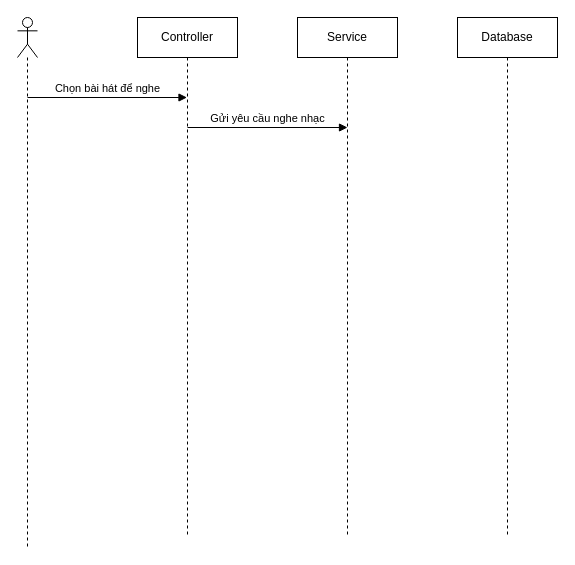
This is nghenhactructuyen.drawio from letham1612/test.ithub, a draw.io file, before an edit. Source tidied: cells renumbered, new cells numbered last; positions are measured from the earlier drawing's top-left corner, leaving out a move shared by most shapes. Both pictures are drawn from the tidied source at 100%, with x=0, y=0 at pixel (17, 17).
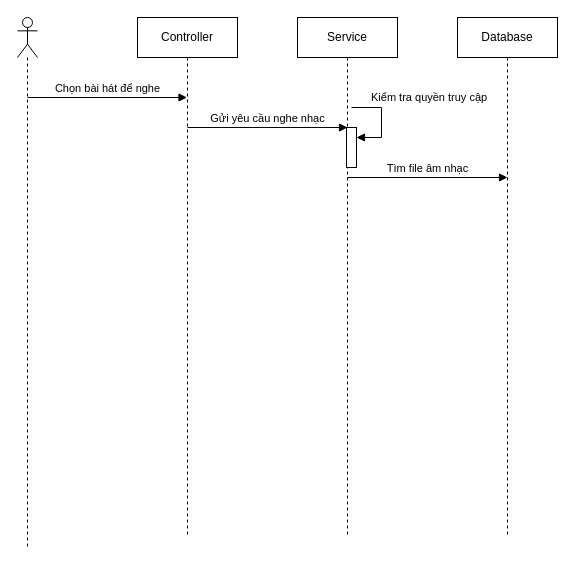
The same diagram, later.

Commit message (it also covers changes not shown here):
Cập nhật nghenhactructuyen.drawio

Diff of the diagram source:
```diff
@@
 <mxGraphModel>
   <root>
     <mxCell id="0" />
     <mxCell id="1" parent="0" />
     <mxCell id="2" style="shape=umlLifeline;perimeter=lifelinePerimeter;whiteSpace=wrap;html=1;newEdgeStyle={&quot;curved&quot;:0,&quot;rounded&quot;:0};participant=umlActor;" parent="1" vertex="1">
       <mxGeometry width="20" height="530" as="geometry" />
     </mxCell>
     <mxCell id="3" value="Controller" style="shape=umlLifeline;perimeter=lifelinePerimeter;whiteSpace=wrap;html=1;outlineConnect=0;portConstraint=eastwest;newEdgeStyle={&quot;curved&quot;:0,&quot;rounded&quot;:0};" parent="1" vertex="1">
       <mxGeometry x="120" width="100" height="520" as="geometry" />
     </mxCell>
     <mxCell id="4" value="Service" style="shape=umlLifeline;perimeter=lifelinePerimeter;whiteSpace=wrap;html=1;newEdgeStyle={&quot;curved&quot;:0,&quot;rounded&quot;:0};" parent="1" vertex="1">
       <mxGeometry x="280" width="100" height="520" as="geometry" />
     </mxCell>
+    <mxCell id="8" style="html=1;points=[[0,0,0,0,5],[0,1,0,0,-5],[1,0,0,0,5],[1,1,0,0,-5]];perimeter=orthogonalPerimeter;outlineConnect=0;targetShapes=umlLifeline;portConstraint=eastwest;newEdgeStyle={&quot;curved&quot;:0,&quot;rounded&quot;:0};" parent="4" vertex="1">
+      <mxGeometry x="49" y="110" width="10" height="40" as="geometry" />
+    </mxCell>
+    <mxCell id="9" value="Kiểm tra quyền truy cập" style="html=1;align=left;spacingLeft=2;endArrow=block;rounded=0;edgeStyle=orthogonalEdgeStyle;curved=0;rounded=0;" parent="4" edge="1" target="8">
+      <mxGeometry x="-0.62" y="10" relative="1" as="geometry">
+        <mxPoint x="54" y="90" as="sourcePoint" />
+        <Array as="points">
+          <mxPoint x="84" y="120" />
+        </Array>
+      </mxGeometry>
+    </mxCell>
     <mxCell id="5" value="Database" style="shape=umlLifeline;perimeter=lifelinePerimeter;whiteSpace=wrap;html=1;newEdgeStyle={&quot;curved&quot;:0,&quot;rounded&quot;:0};" parent="1" vertex="1">
       <mxGeometry x="440" width="100" height="520" as="geometry" />
     </mxCell>
     <mxCell id="6" value="Chọn bài hát để nghe" style="html=1;verticalAlign=bottom;endArrow=block;curved=0;rounded=0;" parent="1" edge="1" target="3">
       <mxGeometry relative="1" as="geometry">
         <mxPoint x="10" y="80" as="sourcePoint" />
       </mxGeometry>
     </mxCell>
     <mxCell id="7" value="Gửi yêu cầu nghe nhạc" style="html=1;verticalAlign=bottom;endArrow=block;curved=0;rounded=0;" parent="1" edge="1">
       <mxGeometry relative="1" as="geometry">
         <mxPoint x="170" y="110" as="sourcePoint" />
         <mxPoint x="330" y="110" as="targetPoint" />
       </mxGeometry>
     </mxCell>
+    <mxCell id="10" value="Tìm file âm nhạc" style="html=1;verticalAlign=bottom;endArrow=block;curved=0;rounded=0;" parent="1" edge="1">
+      <mxGeometry relative="1" as="geometry">
+        <mxPoint x="330" y="160" as="sourcePoint" />
+        <mxPoint x="490" y="160" as="targetPoint" />
+      </mxGeometry>
+    </mxCell>
   </root>
 </mxGraphModel>
```
